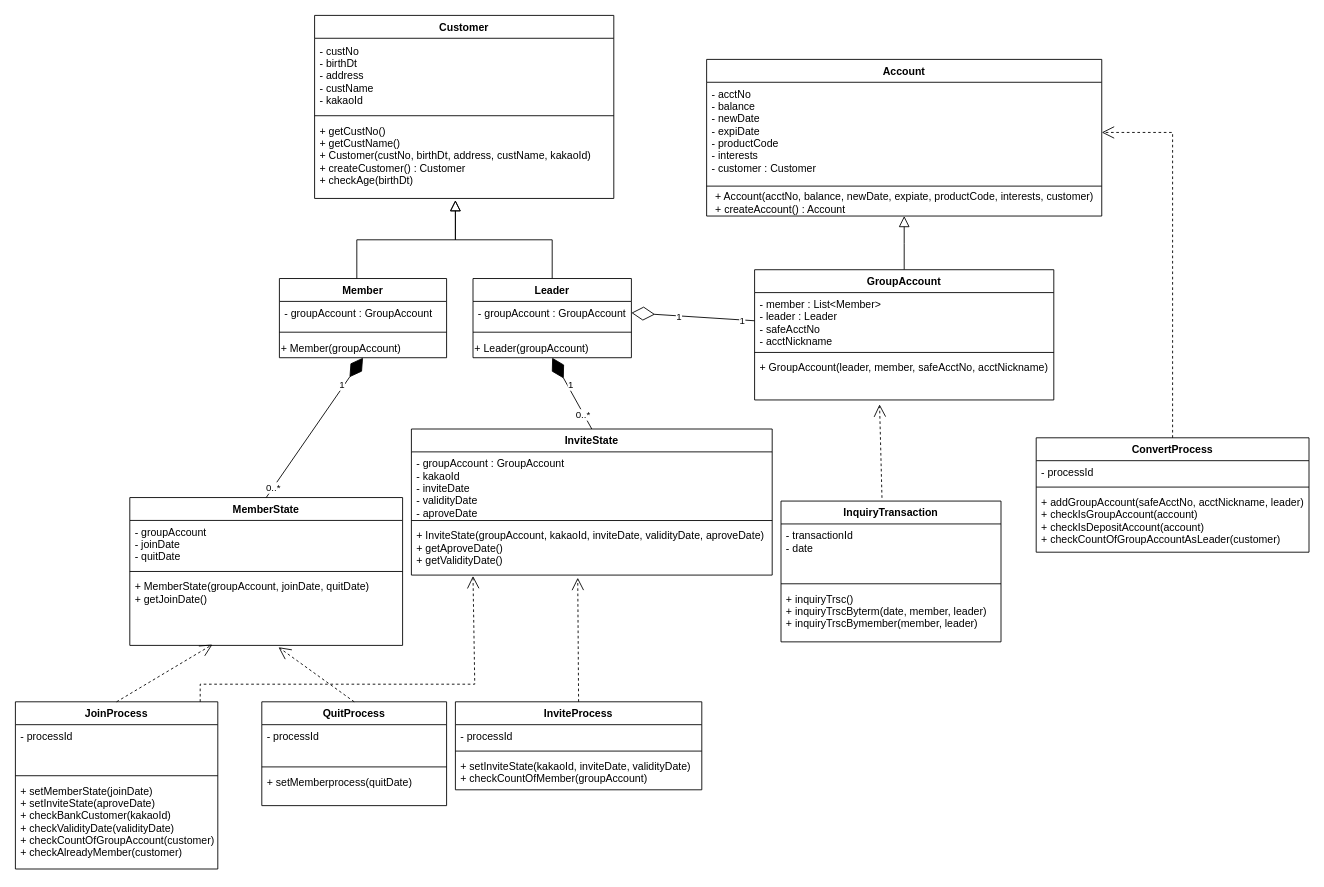
This is Class Diagram.drawio from h22j2n/BeakJoon, a draw.io file, before an edit. Source tidied: cells renumbered, new cells numbered last; positions are measured from the earlier drawing's top-left corner, leaving out a move shared by most shapes. Both pictures are drawn from the tidied source at 88%, with x=0, y=0 at pixel (15, 15).
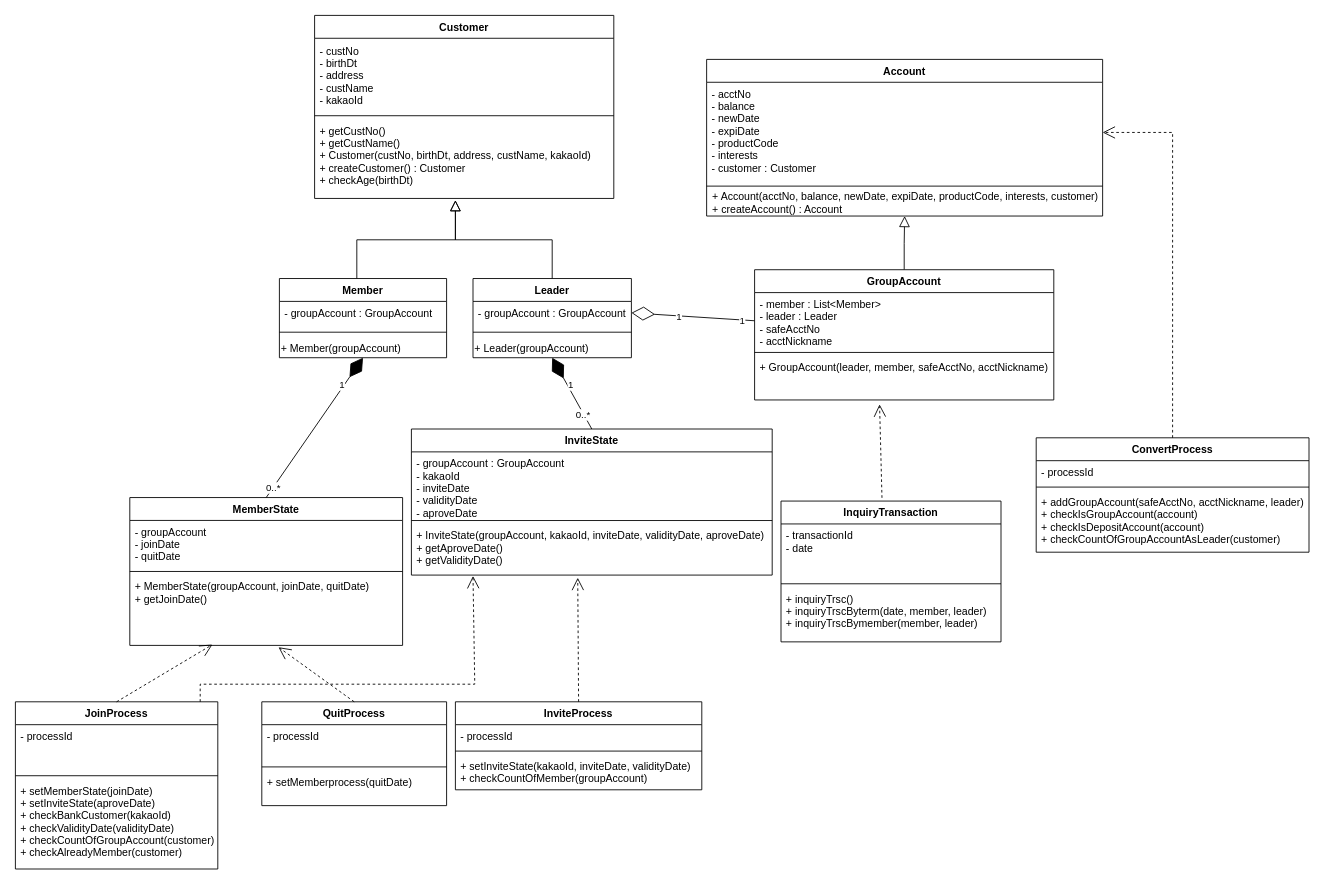
After the change.

What changed in the source:
```diff
@@
     <mxCell id="2" value="Account" style="swimlane;fontStyle=1;align=center;verticalAlign=top;horizontal=1;startSize=26;rounded=0;shadow=0;strokeWidth=1;" parent="1" vertex="1">
-      <mxGeometry x="785.5" y="50" width="449" height="178" as="geometry" />
+      <mxGeometry x="785.5" y="50" width="450" height="178" as="geometry" />
     </mxCell>
     <mxCell id="3" value="- acctNo&#10;- balance&#10;- newDate&#10;- expiDate&#10;- productCode&#10;- interests&#10;- customer : Customer" style="text;align=left;verticalAlign=top;spacingLeft=4;spacingRight=4;overflow=hidden;points=[[0,0.5],[1,0.5]];portConstraint=eastwest;" parent="2" vertex="1">
-      <mxGeometry y="26" width="449" height="114" as="geometry" />
+      <mxGeometry y="26" width="450" height="114" as="geometry" />
     </mxCell>
     <mxCell id="4" style="line;html=1;strokeWidth=1;align=left;verticalAlign=middle;spacingTop=-1;spacingLeft=3;spacingRight=3;labelPosition=right;" parent="2" vertex="1">
-      <mxGeometry y="140" width="449" height="8" as="geometry" />
+      <mxGeometry y="140" width="450" height="8" as="geometry" />
     </mxCell>
-    <mxCell id="5" value="&lt;div&gt;&lt;div&gt;&lt;div style=&quot;text-align: left&quot;&gt;+ Account(acctNo, balance, newDate, expiate, productCode, interests, customer)&lt;/div&gt;&lt;/div&gt;&lt;/div&gt;&lt;div style=&quot;text-align: left&quot;&gt;+ createAccount() : Account&lt;/div&gt;" style="text;html=1;align=center;verticalAlign=middle;" parent="2" vertex="1">
-      <mxGeometry y="148" width="449" height="30" as="geometry" />
+    <mxCell id="5" value="&lt;div&gt;&lt;div&gt;&lt;div style=&quot;text-align: left&quot;&gt;+ Account(acctNo, balance, newDate, expiDate, productCode, interests, customer)&lt;/div&gt;&lt;/div&gt;&lt;/div&gt;&lt;div style=&quot;text-align: left&quot;&gt;+ createAccount() : Account&lt;/div&gt;" style="text;html=1;align=center;verticalAlign=middle;" parent="2" vertex="1">
+      <mxGeometry y="148" width="450" height="30" as="geometry" />
     </mxCell>
```
